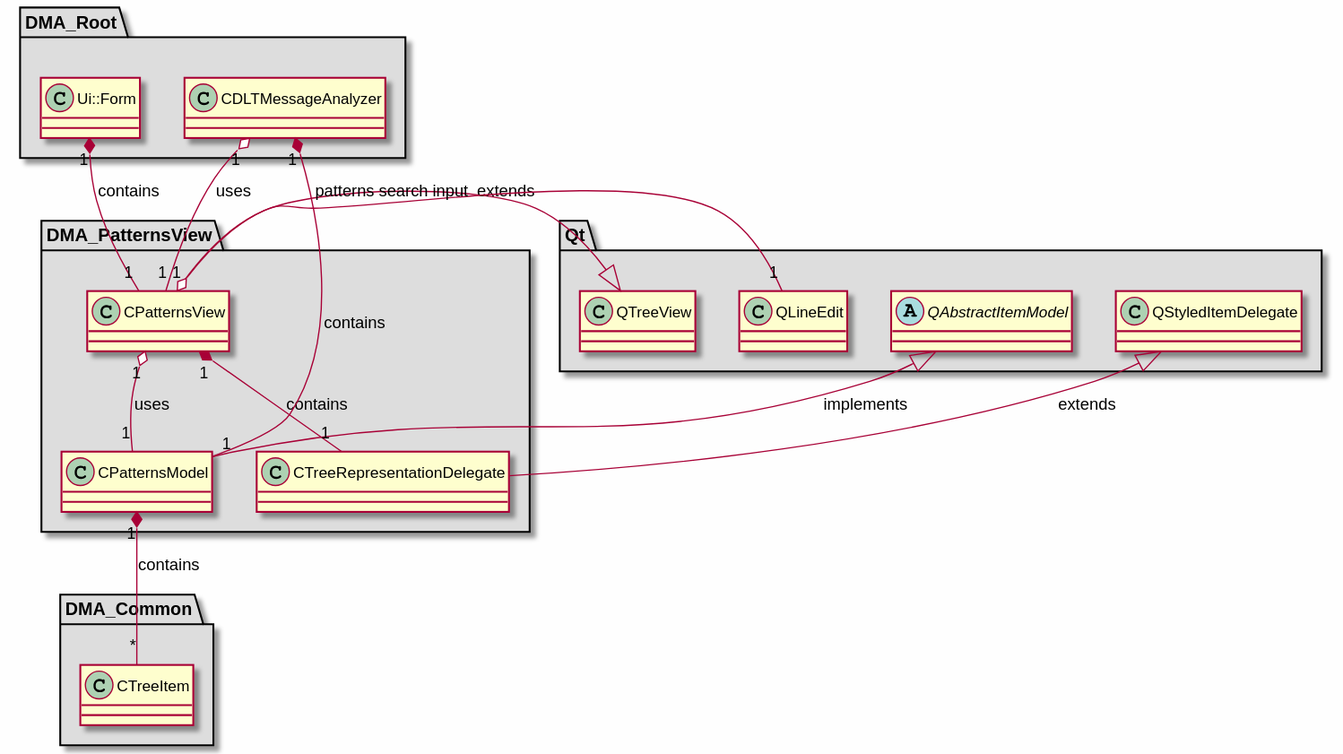
Earlier version of the PlantUML export md/dev_docs/puml/DMA_PatternsView.svg (svlad-90/DLT-Message-Analyzer).
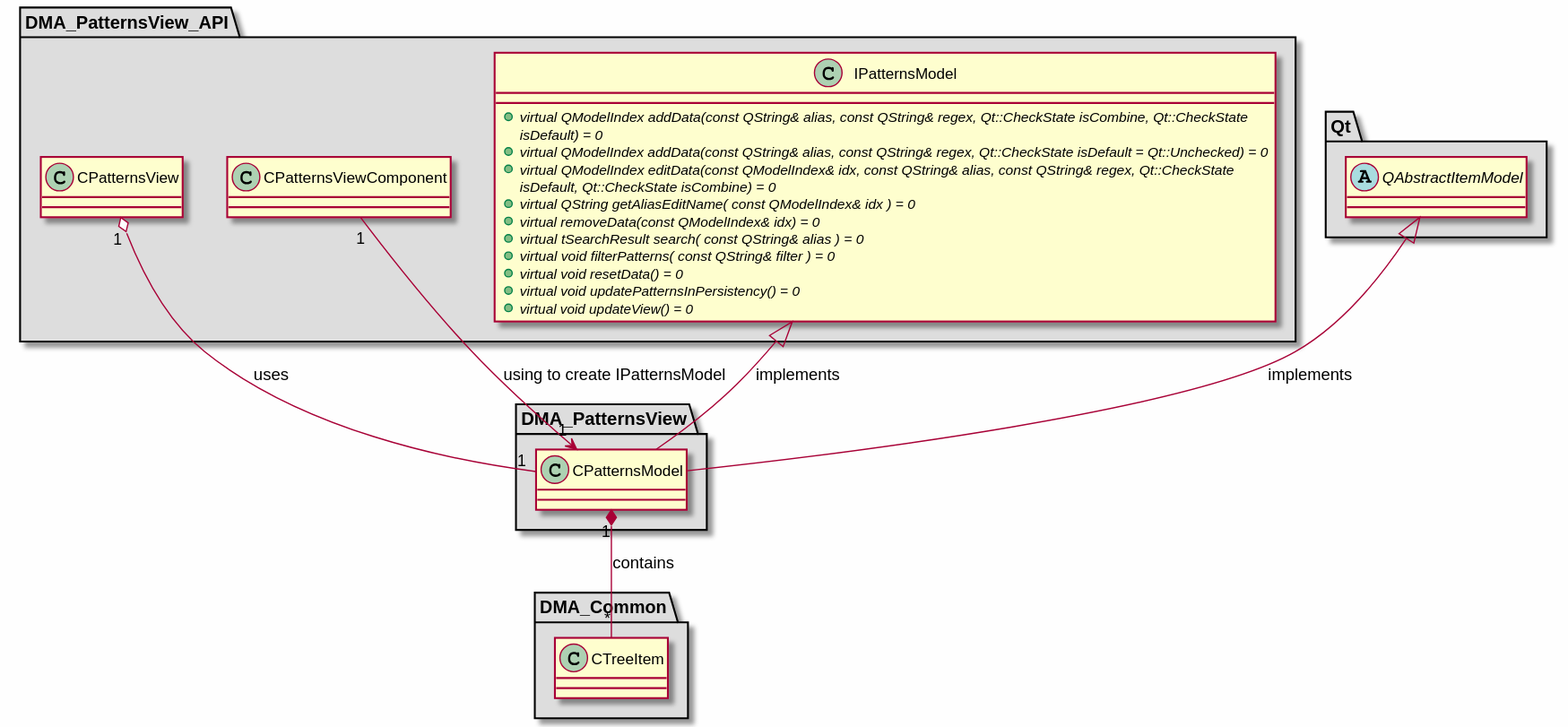
The same file after the commit.

Diff of the diagram source:
```diff
@@ -18,25 +18,31 @@
 {
 }
 
+}
+
+package "DMA_PatternsView_API" #DDDDDD
+{
+
 class "CPatternsView"
 {
 }
 
-class "CTreeRepresentationDelegate"
+class "CPatternsViewComponent"
 {
 }
 
-}
-
-package "DMA_Root" #DDDDDD
+class "IPatternsModel"
 {
-
-class "CDLTMessageAnalyzer"
-{
-}
-
-class "Ui::Form"
-{
+    + {abstract} virtual QModelIndex addData(const QString& alias, const QString& regex, Qt::CheckState isCombine, Qt::CheckState isDefault) = 0
+    + {abstract} virtual QModelIndex addData(const QString& alias, const QString& regex, Qt::CheckState isDefault = Qt::Unchecked) = 0
+    + {abstract} virtual QModelIndex editData(const QModelIndex& idx, const QString& alias, const QString& regex, Qt::CheckState isDefault, Qt::CheckState isCombine) = 0
+    + {abstract} virtual QString getAliasEditName( const QModelIndex& idx ) = 0
+    + {abstract} virtual removeData(const QModelIndex& idx) = 0
+    + {abstract} virtual tSearchResult search( const QString& alias ) = 0
+    + {abstract} virtual void filterPatterns( const QString& filter ) = 0
+    + {abstract} virtual void resetData() = 0
+    + {abstract} virtual void updatePatternsInPersistency() = 0
+    + {abstract} virtual void updateView() = 0
 }
 
 }
@@ -48,30 +54,13 @@
 {
 }
 
-class "QLineEdit"
-{
 }
 
-class "QStyledItemDelegate"
-{
-}
-
-class "QTreeView"
-{
-}
-
-}
-
+IPatternsModel <|-- CPatternsModel : implements
 QAbstractItemModel <|-- CPatternsModel : implements
-QTreeView <|-- CPatternsView : extends
-QStyledItemDelegate <|-- CTreeRepresentationDelegate : extends
 
 CPatternsModel "1" *-- "*" CTreeItem : contains
 CPatternsView "1" o-- "1" CPatternsModel : uses
-CPatternsView "1" *-- "1" CTreeRepresentationDelegate : contains
-CPatternsView "1" o-- "1" QLineEdit : patterns search input
-CDLTMessageAnalyzer "1" *-- "1" CPatternsModel : contains
-CDLTMessageAnalyzer "1" o-- "1" CPatternsView : uses
-Ui::Form "1" *-- "1" CPatternsView : contains
+CPatternsViewComponent "1" --> "1" CPatternsModel : using to create IPatternsModel
 
 @enduml
```
